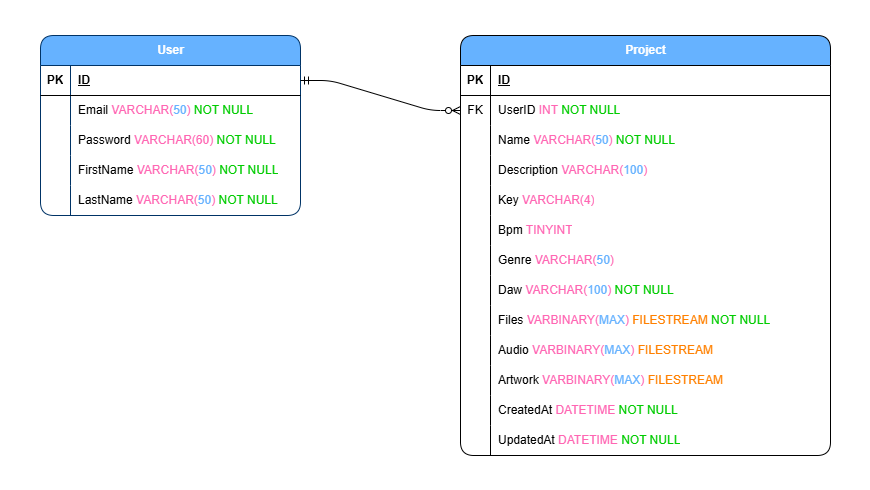
Above: documentation/diagrams/beatblock_erd.drawio.png in damian-pillay/beat-block (draw.io), before the change. Source tidied: cells renumbered, new cells last; positions are measured from the earlier drawing's top-left corner, leaving out a move shared by most shapes.
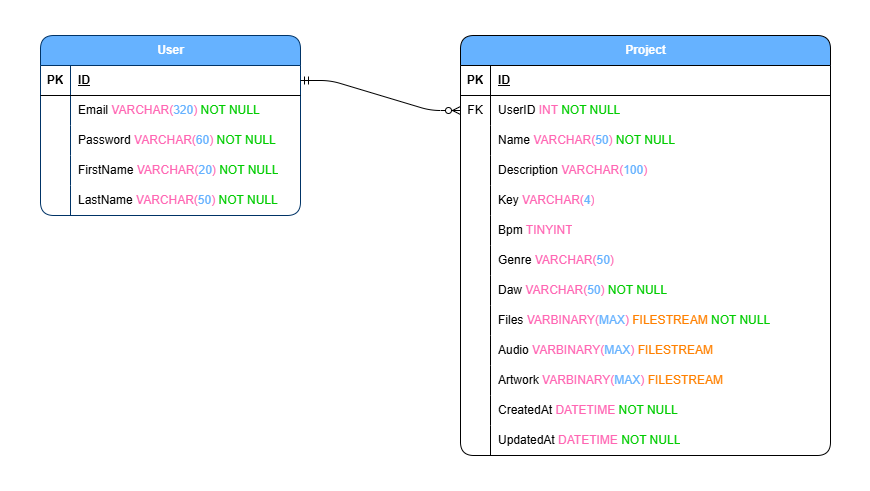
After the commit.

What changed in the source:
```diff
@@ -50,7 +50,7 @@
     <mxCell id="17" style="shape=partialRectangle;fillColor=none;top=0;left=0;bottom=0;right=0;overflow=hidden;whiteSpace=wrap;html=1;" parent="16" vertex="1">
       <mxGeometry width="30" height="30" as="geometry" />
     </mxCell>
-    <mxCell id="18" value="Key&amp;nbsp;&lt;font style=&quot;color: rgb(255, 102, 179);&quot;&gt;VARCHAR(&lt;/font&gt;&lt;font color=&quot;#66b2ff&quot; style=&quot;color: rgb(255, 102, 179);&quot;&gt;4&lt;/font&gt;&lt;font style=&quot;color: rgb(255, 102, 179);&quot;&gt;)&lt;/font&gt;" style="shape=partialRectangle;fillColor=none;top=0;left=0;bottom=0;right=0;align=left;spacingLeft=6;overflow=hidden;whiteSpace=wrap;html=1;" parent="16" vertex="1">
+    <mxCell id="18" value="Key&amp;nbsp;&lt;font style=&quot;color: rgb(255, 102, 179);&quot;&gt;VARCHAR(&lt;/font&gt;&lt;font style=&quot;color: rgb(102, 178, 255);&quot;&gt;4&lt;/font&gt;&lt;font style=&quot;color: rgb(255, 102, 179);&quot;&gt;)&lt;/font&gt;" style="shape=partialRectangle;fillColor=none;top=0;left=0;bottom=0;right=0;align=left;spacingLeft=6;overflow=hidden;whiteSpace=wrap;html=1;" parent="16" vertex="1">
       <mxGeometry x="30" width="340" height="30" as="geometry" />
     </mxCell>
     <mxCell id="19" style="shape=tableRow;horizontal=0;startSize=0;swimlaneHead=0;swimlaneBody=0;fillColor=none;top=0;left=0;right=0;bottom=0;" parent="3" vertex="1">
@@ -68,7 +68,7 @@
     <mxCell id="23" style="shape=partialRectangle;fillColor=none;top=0;left=0;bottom=0;right=0;overflow=hidden;whiteSpace=wrap;html=1;" parent="22" vertex="1">
       <mxGeometry width="30" height="30" as="geometry" />
     </mxCell>
-    <mxCell id="24" value="Genre &lt;font style=&quot;color: rgb(255, 102, 179);&quot;&gt;VARCHAR(&lt;/font&gt;&lt;font style=&quot;color: rgb(102, 178, 255);&quot;&gt;50&lt;/font&gt;&lt;font style=&quot;color: rgb(255, 102, 179);&quot;&gt;)&lt;/font&gt;" style="shape=partialRectangle;fillColor=none;top=0;left=0;bottom=0;right=0;align=left;spacingLeft=6;overflow=hidden;whiteSpace=wrap;html=1;" parent="22" vertex="1">
+    <mxCell id="24" value="Genre &lt;font style=&quot;color: rgb(255, 102, 179);&quot;&gt;VARCHAR(&lt;/font&gt;&lt;font style=&quot;color: rgb(102, 178, 255);&quot;&gt;5&lt;/font&gt;&lt;font style=&quot;color: rgb(102, 178, 255);&quot;&gt;0&lt;/font&gt;&lt;font style=&quot;color: rgb(255, 102, 179);&quot;&gt;)&lt;/font&gt;" style="shape=partialRectangle;fillColor=none;top=0;left=0;bottom=0;right=0;align=left;spacingLeft=6;overflow=hidden;whiteSpace=wrap;html=1;" parent="22" vertex="1">
       <mxGeometry x="30" width="340" height="30" as="geometry" />
     </mxCell>
     <mxCell id="25" style="shape=tableRow;horizontal=0;startSize=0;swimlaneHead=0;swimlaneBody=0;fillColor=none;top=0;left=0;right=0;bottom=0;" parent="3" vertex="1">
@@ -77,7 +77,7 @@
     <mxCell id="26" style="shape=partialRectangle;fillColor=none;top=0;left=0;bottom=0;right=0;overflow=hidden;whiteSpace=wrap;html=1;" parent="25" vertex="1">
       <mxGeometry width="30" height="30" as="geometry" />
     </mxCell>
-    <mxCell id="27" value="Daw &lt;font style=&quot;color: rgb(255, 102, 179);&quot;&gt;VARCHAR(&lt;/font&gt;&lt;font style=&quot;color: rgb(102, 178, 255);&quot;&gt;100&lt;/font&gt;&lt;font style=&quot;color: rgb(255, 102, 179);&quot;&gt;)&amp;nbsp;&lt;/font&gt;&lt;span style=&quot;color: rgb(0, 204, 0);&quot;&gt;NOT NULL&lt;/span&gt;" style="shape=partialRectangle;fillColor=none;top=0;left=0;bottom=0;right=0;align=left;spacingLeft=6;overflow=hidden;whiteSpace=wrap;html=1;" parent="25" vertex="1">
+    <mxCell id="27" value="Daw &lt;font style=&quot;color: rgb(255, 102, 179);&quot;&gt;VARCHAR(&lt;/font&gt;&lt;font style=&quot;color: rgb(102, 178, 255);&quot;&gt;5&lt;/font&gt;&lt;font style=&quot;color: rgb(102, 178, 255);&quot;&gt;0&lt;/font&gt;&lt;font style=&quot;color: rgb(255, 102, 179);&quot;&gt;)&amp;nbsp;&lt;/font&gt;&lt;span style=&quot;color: rgb(0, 204, 0);&quot;&gt;NOT NULL&lt;/span&gt;" style="shape=partialRectangle;fillColor=none;top=0;left=0;bottom=0;right=0;align=left;spacingLeft=6;overflow=hidden;whiteSpace=wrap;html=1;" parent="25" vertex="1">
       <mxGeometry x="30" width="340" height="30" as="geometry" />
     </mxCell>
     <mxCell id="28" style="shape=tableRow;horizontal=0;startSize=0;swimlaneHead=0;swimlaneBody=0;fillColor=none;top=0;left=0;right=0;bottom=0;" parent="3" vertex="1">
@@ -143,7 +143,7 @@
     <mxCell id="48" style="shape=partialRectangle;fillColor=none;top=0;left=0;bottom=0;right=0;overflow=hidden;whiteSpace=wrap;html=1;" parent="47" vertex="1">
       <mxGeometry width="30" height="30" as="geometry" />
     </mxCell>
-    <mxCell id="49" value="Email &lt;font style=&quot;color: light-dark(rgb(255, 102, 179), rgb(0, 0, 255));&quot;&gt;VARCHAR(&lt;/font&gt;&lt;font color=&quot;#66b2ff&quot; style=&quot;&quot;&gt;50&lt;/font&gt;&lt;font style=&quot;color: light-dark(rgb(255, 102, 179), rgb(0, 0, 255));&quot;&gt;)&amp;nbsp;&lt;/font&gt;&lt;span style=&quot;color: rgb(0, 204, 0);&quot;&gt;NOT NULL&lt;/span&gt;" style="shape=partialRectangle;fillColor=none;top=0;left=0;bottom=0;right=0;align=left;spacingLeft=6;overflow=hidden;whiteSpace=wrap;html=1;" parent="47" vertex="1">
+    <mxCell id="49" value="Email &lt;font style=&quot;color: light-dark(rgb(255, 102, 179), rgb(0, 0, 255));&quot;&gt;VARCHAR(&lt;/font&gt;&lt;font color=&quot;#66b2ff&quot;&gt;320&lt;/font&gt;&lt;font style=&quot;color: light-dark(rgb(255, 102, 179), rgb(0, 0, 255));&quot;&gt;)&amp;nbsp;&lt;/font&gt;&lt;span style=&quot;color: rgb(0, 204, 0);&quot;&gt;NOT NULL&lt;/span&gt;" style="shape=partialRectangle;fillColor=none;top=0;left=0;bottom=0;right=0;align=left;spacingLeft=6;overflow=hidden;whiteSpace=wrap;html=1;" parent="47" vertex="1">
       <mxGeometry x="30" width="230" height="30" as="geometry" />
     </mxCell>
     <mxCell id="50" style="shape=tableRow;horizontal=0;startSize=0;swimlaneHead=0;swimlaneBody=0;fillColor=none;top=0;left=0;right=0;bottom=0;" parent="43" vertex="1">
@@ -152,7 +152,7 @@
     <mxCell id="51" style="shape=partialRectangle;fillColor=none;top=0;left=0;bottom=0;right=0;overflow=hidden;whiteSpace=wrap;html=1;" parent="50" vertex="1">
       <mxGeometry width="30" height="30" as="geometry" />
     </mxCell>
-    <mxCell id="52" value="Password &lt;font style=&quot;color: rgb(255, 102, 179);&quot;&gt;VARCHAR(&lt;/font&gt;&lt;font color=&quot;#66b2ff&quot; style=&quot;color: rgb(255, 102, 179);&quot;&gt;60&lt;/font&gt;&lt;font style=&quot;color: rgb(255, 102, 179);&quot;&gt;)&amp;nbsp;&lt;/font&gt;&lt;span style=&quot;color: rgb(0, 204, 0);&quot;&gt;NOT NULL&lt;/span&gt;" style="shape=partialRectangle;fillColor=none;top=0;left=0;bottom=0;right=0;align=left;spacingLeft=6;overflow=hidden;whiteSpace=wrap;html=1;" parent="50" vertex="1">
+    <mxCell id="52" value="Password &lt;font style=&quot;color: rgb(255, 102, 179);&quot;&gt;VARCHAR(&lt;/font&gt;&lt;font style=&quot;color: rgb(102, 178, 255);&quot;&gt;60&lt;/font&gt;&lt;font style=&quot;color: rgb(255, 102, 179);&quot;&gt;)&amp;nbsp;&lt;/font&gt;&lt;span style=&quot;color: rgb(0, 204, 0);&quot;&gt;NOT NULL&lt;/span&gt;" style="shape=partialRectangle;fillColor=none;top=0;left=0;bottom=0;right=0;align=left;spacingLeft=6;overflow=hidden;whiteSpace=wrap;html=1;" parent="50" vertex="1">
       <mxGeometry x="30" width="230" height="30" as="geometry" />
     </mxCell>
     <mxCell id="53" style="shape=tableRow;horizontal=0;startSize=0;swimlaneHead=0;swimlaneBody=0;fillColor=none;top=0;left=0;right=0;bottom=0;" parent="43" vertex="1">
@@ -161,7 +161,7 @@
     <mxCell id="54" style="shape=partialRectangle;fillColor=none;top=0;left=0;bottom=0;right=0;overflow=hidden;whiteSpace=wrap;html=1;" parent="53" vertex="1">
       <mxGeometry width="30" height="30" as="geometry" />
     </mxCell>
-    <mxCell id="55" value="FirstName&lt;font style=&quot;color: rgb(255, 102, 179);&quot;&gt; VARCHAR(&lt;/font&gt;&lt;font style=&quot;color: rgb(102, 178, 255);&quot;&gt;50&lt;/font&gt;&lt;font style=&quot;color: rgb(255, 102, 179);&quot;&gt;)&amp;nbsp;&lt;/font&gt;&lt;span style=&quot;color: rgb(0, 204, 0);&quot;&gt;NOT NULL&lt;/span&gt;" style="shape=partialRectangle;fillColor=none;top=0;left=0;bottom=0;right=0;align=left;spacingLeft=6;overflow=hidden;whiteSpace=wrap;html=1;" parent="53" vertex="1">
+    <mxCell id="55" value="FirstName&lt;font style=&quot;color: rgb(255, 102, 179);&quot;&gt; VARCHAR(&lt;/font&gt;&lt;font style=&quot;color: rgb(102, 178, 255);&quot;&gt;2&lt;/font&gt;&lt;font style=&quot;color: rgb(102, 178, 255);&quot;&gt;0&lt;/font&gt;&lt;font style=&quot;color: rgb(255, 102, 179);&quot;&gt;)&amp;nbsp;&lt;/font&gt;&lt;span style=&quot;color: rgb(0, 204, 0);&quot;&gt;NOT NULL&lt;/span&gt;" style="shape=partialRectangle;fillColor=none;top=0;left=0;bottom=0;right=0;align=left;spacingLeft=6;overflow=hidden;whiteSpace=wrap;html=1;" parent="53" vertex="1">
       <mxGeometry x="30" width="230" height="30" as="geometry" />
     </mxCell>
     <mxCell id="56" style="shape=tableRow;horizontal=0;startSize=0;swimlaneHead=0;swimlaneBody=0;fillColor=none;top=0;left=0;right=0;bottom=0;" parent="43" vertex="1">
```
